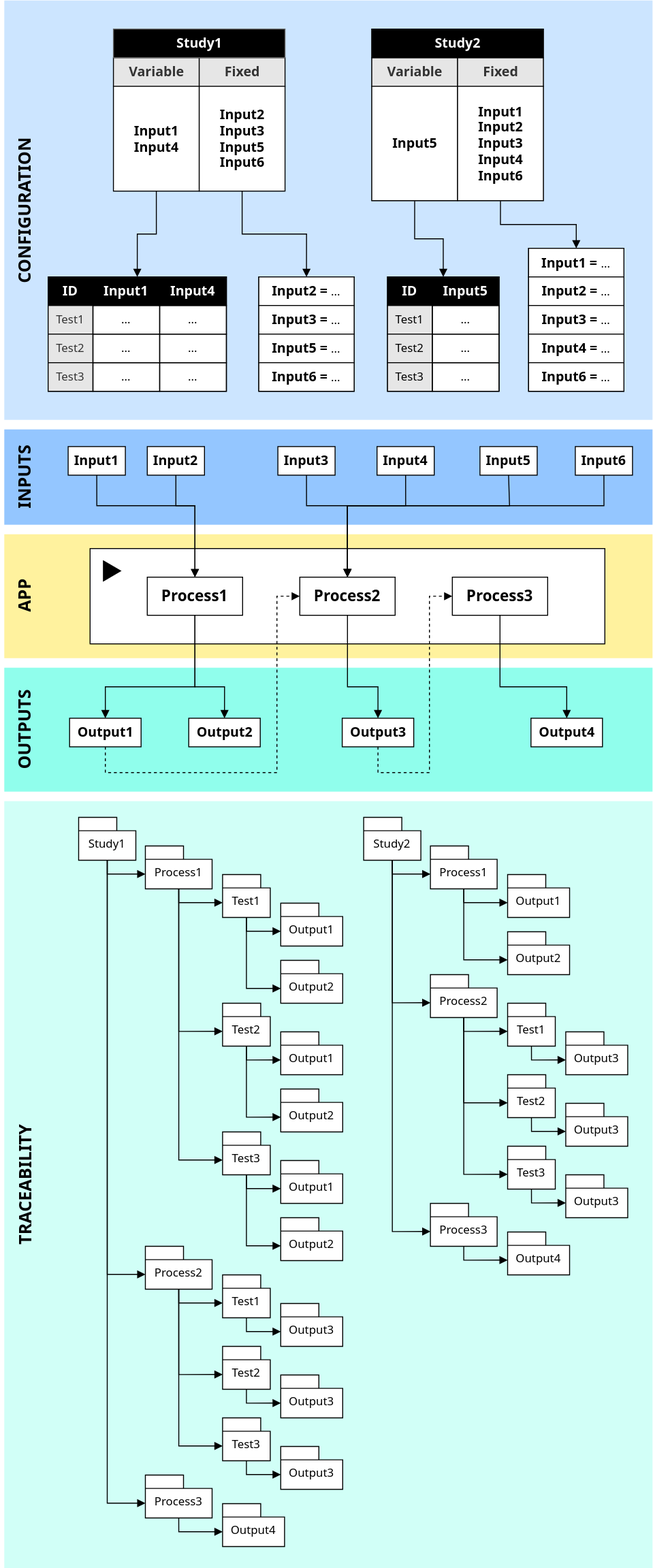
Before: images/nuRemics_Overview.svg, a diagram exported from draw.io (nuremics/nuremics.github.io). Source tidied: cells renumbered, new cells last; positions are measured from the earlier drawing's top-left corner, leaving out a move shared by most shapes.
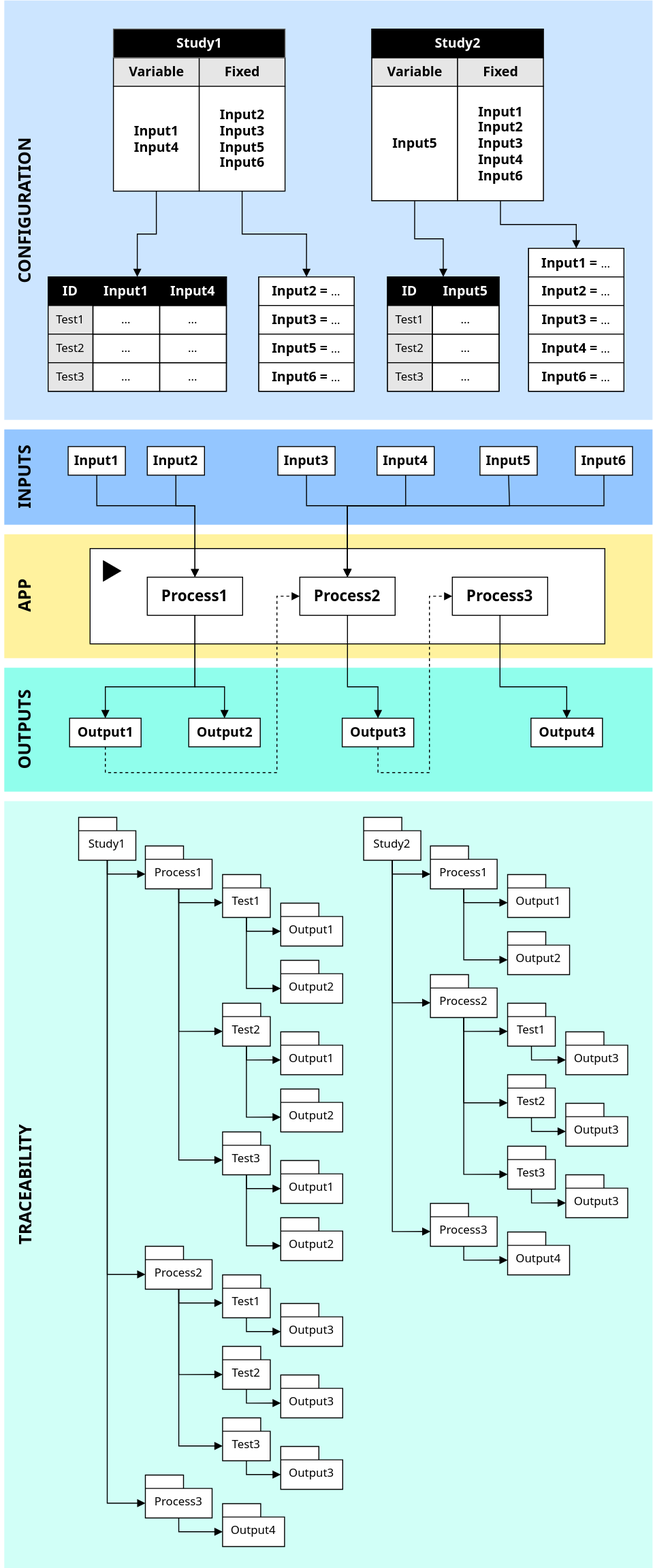
Later version of the same file.

Commit message:
Deployed c63343a with MkDocs version: 1.6.1

Diff of the diagram source:
```diff
@@ -406,7 +406,7 @@
     <mxCell id="115" style="shape=tableRow;horizontal=0;startSize=0;swimlaneHead=0;swimlaneBody=0;top=0;left=0;bottom=0;right=0;fontStyle=0;fillColor=none;strokeColor=inherit;" parent="110" vertex="1">
       <mxGeometry y="30" width="187" height="30" as="geometry" />
     </mxCell>
-    <mxCell id="116" value="&lt;font face=&quot;Segoe UI&quot;&gt;Test1&lt;/font&gt;" style="strokeColor=#000000;fillColor=#E6E6E6;align=center;whiteSpace=wrap;html=1;fontColor=#333333;" parent="115" vertex="1">
+    <mxCell id="116" value="&lt;font face=&quot;Segoe UI&quot; style=&quot;color: rgb(0, 0, 0);&quot;&gt;Test1&lt;/font&gt;" style="strokeColor=#000000;fillColor=#E6E6E6;align=center;whiteSpace=wrap;html=1;fontColor=#333333;" parent="115" vertex="1">
       <mxGeometry width="47" height="30" as="geometry" />
     </mxCell>
     <mxCell id="117" value="&lt;font face=&quot;Segoe UI&quot;&gt;...&lt;/font&gt;" style="strokeColor=inherit;fillColor=none;align=center;whiteSpace=wrap;html=1;" parent="115" vertex="1">
@@ -418,7 +418,7 @@
     <mxCell id="119" style="shape=tableRow;horizontal=0;startSize=0;swimlaneHead=0;swimlaneBody=0;top=0;left=0;bottom=0;right=0;fontStyle=0;fillColor=none;strokeColor=inherit;" parent="110" vertex="1">
       <mxGeometry y="60" width="187" height="30" as="geometry" />
     </mxCell>
-    <mxCell id="120" value="&lt;font face=&quot;Segoe UI&quot;&gt;Test2&lt;/font&gt;" style="strokeColor=#000000;fillColor=#E6E6E6;align=center;whiteSpace=wrap;html=1;fontColor=#333333;" parent="119" vertex="1">
+    <mxCell id="120" value="&lt;font face=&quot;Segoe UI&quot; style=&quot;color: rgb(0, 0, 0);&quot;&gt;Test2&lt;/font&gt;" style="strokeColor=#000000;fillColor=#E6E6E6;align=center;whiteSpace=wrap;html=1;fontColor=#333333;" parent="119" vertex="1">
       <mxGeometry width="47" height="30" as="geometry" />
     </mxCell>
     <mxCell id="121" value="&lt;font face=&quot;Segoe UI&quot;&gt;...&lt;/font&gt;" style="strokeColor=inherit;fillColor=none;align=center;whiteSpace=wrap;html=1;" parent="119" vertex="1">
@@ -430,7 +430,7 @@
     <mxCell id="123" style="shape=tableRow;horizontal=0;startSize=0;swimlaneHead=0;swimlaneBody=0;top=0;left=0;bottom=0;right=0;fontStyle=0;fillColor=none;strokeColor=inherit;" parent="110" vertex="1">
       <mxGeometry y="90" width="187" height="30" as="geometry" />
     </mxCell>
-    <mxCell id="124" value="&lt;font face=&quot;Segoe UI&quot;&gt;Test3&lt;/font&gt;" style="strokeColor=#000000;fillColor=#E6E6E6;align=center;whiteSpace=wrap;html=1;fontColor=#333333;" parent="123" vertex="1">
+    <mxCell id="124" value="&lt;font face=&quot;Segoe UI&quot; style=&quot;color: rgb(0, 0, 0);&quot;&gt;Test3&lt;/font&gt;" style="strokeColor=#000000;fillColor=#E6E6E6;align=center;whiteSpace=wrap;html=1;fontColor=#333333;" parent="123" vertex="1">
       <mxGeometry width="47" height="30" as="geometry" />
     </mxCell>
     <mxCell id="125" value="&lt;font face=&quot;Segoe UI&quot;&gt;...&lt;/font&gt;" style="strokeColor=inherit;fillColor=none;align=center;whiteSpace=wrap;html=1;" parent="123" vertex="1">
@@ -481,7 +481,7 @@
     <mxCell id="140" style="shape=tableRow;horizontal=0;startSize=0;swimlaneHead=0;swimlaneBody=0;top=0;left=0;bottom=0;right=0;fontStyle=0;fillColor=none;strokeColor=inherit;" parent="136" vertex="1">
       <mxGeometry y="30" width="117" height="30" as="geometry" />
     </mxCell>
-    <mxCell id="141" value="&lt;font face=&quot;Segoe UI&quot;&gt;Test1&lt;/font&gt;" style="strokeColor=inherit;fillColor=#E6E6E6;align=center;whiteSpace=wrap;html=1;" parent="140" vertex="1">
+    <mxCell id="141" value="&lt;font face=&quot;Segoe UI&quot; style=&quot;color: rgb(0, 0, 0);&quot;&gt;Test1&lt;/font&gt;" style="strokeColor=inherit;fillColor=#E6E6E6;align=center;whiteSpace=wrap;html=1;" parent="140" vertex="1">
       <mxGeometry width="47" height="30" as="geometry" />
     </mxCell>
     <mxCell id="142" value="&lt;font face=&quot;Segoe UI&quot;&gt;...&lt;/font&gt;" style="strokeColor=inherit;fillColor=none;align=center;whiteSpace=wrap;html=1;" parent="140" vertex="1">
@@ -490,7 +490,7 @@
     <mxCell id="143" style="shape=tableRow;horizontal=0;startSize=0;swimlaneHead=0;swimlaneBody=0;top=0;left=0;bottom=0;right=0;fontStyle=0;fillColor=none;strokeColor=inherit;" parent="136" vertex="1">
       <mxGeometry y="60" width="117" height="30" as="geometry" />
     </mxCell>
-    <mxCell id="144" value="&lt;font face=&quot;Segoe UI&quot;&gt;Test2&lt;/font&gt;" style="strokeColor=inherit;fillColor=#E6E6E6;align=center;whiteSpace=wrap;html=1;" parent="143" vertex="1">
+    <mxCell id="144" value="&lt;font face=&quot;Segoe UI&quot; style=&quot;color: rgb(0, 0, 0);&quot;&gt;Test2&lt;/font&gt;" style="strokeColor=inherit;fillColor=#E6E6E6;align=center;whiteSpace=wrap;html=1;" parent="143" vertex="1">
       <mxGeometry width="47" height="30" as="geometry" />
     </mxCell>
     <mxCell id="145" value="&lt;font face=&quot;Segoe UI&quot;&gt;...&lt;/font&gt;" style="strokeColor=inherit;fillColor=none;align=center;whiteSpace=wrap;html=1;" parent="143" vertex="1">
@@ -499,7 +499,7 @@
     <mxCell id="146" style="shape=tableRow;horizontal=0;startSize=0;swimlaneHead=0;swimlaneBody=0;top=0;left=0;bottom=0;right=0;fontStyle=0;fillColor=none;strokeColor=inherit;" parent="136" vertex="1">
       <mxGeometry y="90" width="117" height="30" as="geometry" />
     </mxCell>
-    <mxCell id="147" value="&lt;font face=&quot;Segoe UI&quot;&gt;Test3&lt;/font&gt;" style="strokeColor=inherit;fillColor=#E6E6E6;align=center;whiteSpace=wrap;html=1;" parent="146" vertex="1">
+    <mxCell id="147" value="&lt;font face=&quot;Segoe UI&quot; style=&quot;color: rgb(0, 0, 0);&quot;&gt;Test3&lt;/font&gt;" style="strokeColor=inherit;fillColor=#E6E6E6;align=center;whiteSpace=wrap;html=1;" parent="146" vertex="1">
       <mxGeometry width="47" height="30" as="geometry" />
     </mxCell>
     <mxCell id="148" value="&lt;font face=&quot;Segoe UI&quot;&gt;...&lt;/font&gt;" style="strokeColor=inherit;fillColor=none;align=center;whiteSpace=wrap;html=1;" parent="146" vertex="1">
@@ -544,13 +544,13 @@
     <mxCell id="161" style="group;" parent="160" vertex="1">
       <mxGeometry width="180" height="170" as="geometry" />
     </mxCell>
-    <mxCell id="162" value="&lt;font style=&quot;font-size: 14px;&quot; face=&quot;Segoe UI&quot;&gt;&lt;b style=&quot;&quot;&gt;Variable&lt;/b&gt;&lt;/font&gt;" style="rounded=0;whiteSpace=wrap;html=1;fillColor=#E6E6E6;fontColor=#333333;strokeColor=default;" parent="161" vertex="1">
+    <mxCell id="162" value="&lt;font style=&quot;font-size: 14px; color: rgb(0, 0, 0);&quot; face=&quot;Segoe UI&quot;&gt;&lt;b style=&quot;&quot;&gt;Variable&lt;/b&gt;&lt;/font&gt;" style="rounded=0;whiteSpace=wrap;html=1;fillColor=#E6E6E6;fontColor=#333333;strokeColor=default;" parent="161" vertex="1">
       <mxGeometry y="30" width="90" height="30" as="geometry" />
     </mxCell>
     <mxCell id="163" style="edgeStyle=orthogonalEdgeStyle;rounded=0;jettySize=auto;html=1;" parent="161" edge="1" source="164" target="167">
       <mxGeometry relative="1" as="geometry" />
     </mxCell>
-    <mxCell id="164" value="&lt;font style=&quot;font-size: 14px;&quot; face=&quot;Segoe UI&quot;&gt;&lt;b style=&quot;&quot;&gt;Fixed&lt;/b&gt;&lt;/font&gt;" style="rounded=0;whiteSpace=wrap;html=1;fillColor=#E6E6E6;fontColor=#333333;strokeColor=#000000;" parent="161" vertex="1">
+    <mxCell id="164" value="&lt;font style=&quot;font-size: 14px; color: rgb(0, 0, 0);&quot; face=&quot;Segoe UI&quot;&gt;&lt;b style=&quot;&quot;&gt;Fixed&lt;/b&gt;&lt;/font&gt;" style="rounded=0;whiteSpace=wrap;html=1;fillColor=#E6E6E6;fontColor=#333333;strokeColor=#000000;" parent="161" vertex="1">
       <mxGeometry x="90" y="30" width="90" height="30" as="geometry" />
     </mxCell>
     <mxCell id="165" value="&lt;font style=&quot;font-size: 14px; color: rgb(255, 255, 255);&quot; face=&quot;Segoe UI&quot;&gt;&lt;b style=&quot;&quot;&gt;Study1&lt;/b&gt;&lt;/font&gt;" style="rounded=0;whiteSpace=wrap;html=1;fillColor=light-dark(#000000,#1A1A1A);strokeColor=#666666;fontColor=#333333;" parent="161" vertex="1">
@@ -565,10 +565,10 @@
     <mxCell id="168" style="group;fillColor=light-dark(#000000, #1a1a1a);strokeColor=#666666;fontColor=#333333;" parent="160" vertex="1">
       <mxGeometry x="271" width="180" height="180" as="geometry" />
     </mxCell>
-    <mxCell id="169" value="&lt;font style=&quot;font-size: 14px;&quot; face=&quot;Segoe UI&quot;&gt;&lt;b style=&quot;&quot;&gt;Variable&lt;/b&gt;&lt;/font&gt;" style="rounded=0;whiteSpace=wrap;html=1;fillColor=#E6E6E6;fontColor=#333333;strokeColor=#000000;" parent="168" vertex="1">
+    <mxCell id="169" value="&lt;font style=&quot;font-size: 14px; color: rgb(0, 0, 0);&quot; face=&quot;Segoe UI&quot;&gt;&lt;b style=&quot;&quot;&gt;Variable&lt;/b&gt;&lt;/font&gt;" style="rounded=0;whiteSpace=wrap;html=1;fillColor=#E6E6E6;fontColor=#333333;strokeColor=#000000;" parent="168" vertex="1">
       <mxGeometry y="30" width="90" height="30" as="geometry" />
     </mxCell>
-    <mxCell id="170" value="&lt;font style=&quot;font-size: 14px;&quot;&gt;Fixed&lt;/font&gt;" style="rounded=0;whiteSpace=wrap;html=1;fontFamily=Segoe UI;fontStyle=1;fillColor=#E6E6E6;fontColor=#333333;strokeColor=#040404;" parent="168" vertex="1">
+    <mxCell id="170" value="&lt;font style=&quot;font-size: 14px; color: rgb(0, 0, 0);&quot;&gt;Fixed&lt;/font&gt;" style="rounded=0;whiteSpace=wrap;html=1;fontFamily=Segoe UI;fontStyle=1;fillColor=#E6E6E6;fontColor=#333333;strokeColor=#040404;" parent="168" vertex="1">
       <mxGeometry x="90" y="30" width="90" height="30" as="geometry" />
     </mxCell>
     <mxCell id="171" value="&lt;font style=&quot;color: rgb(253, 253, 253); font-size: 14px;&quot; face=&quot;Segoe UI&quot;&gt;&lt;b style=&quot;&quot;&gt;Study2&lt;/b&gt;&lt;/font&gt;" style="rounded=0;whiteSpace=wrap;html=1;fillColor=#000000;strokeColor=light-dark(#000000, #d7817e);" parent="168" vertex="1">
```
